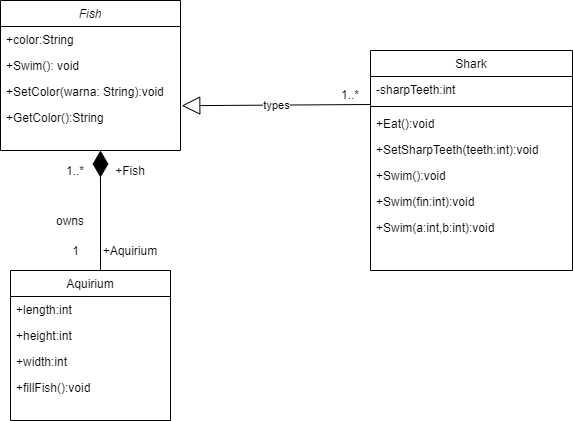
azrinfaiz/Week2ClassDiagram keeps this draw.io diagram as Katcak.png. Above is the earlier version. Source tidied: cells renumbered, new cells last; positions are measured from the earlier drawing's top-left corner, leaving out a move shared by most shapes.
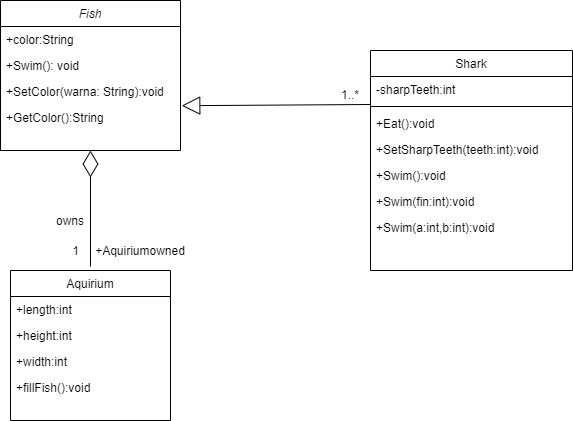
The same diagram one commit later.

The edit, as a diff of the source:
```diff
@@ -23,8 +23,8 @@
     <mxCell id="8" value="1" style="text;html=1;align=center;verticalAlign=middle;" parent="1" vertex="1">
       <mxGeometry x="65" y="240" width="20" height="20" as="geometry" />
     </mxCell>
-    <mxCell id="9" value="+Aquirium" style="text;html=1;strokeColor=none;fillColor=none;align=center;verticalAlign=middle;whiteSpace=wrap;rounded=0;" parent="1" vertex="1">
-      <mxGeometry x="110" y="240" width="40" height="20" as="geometry" />
+    <mxCell id="9" value="+Aquiriumowned" style="text;html=1;strokeColor=none;fillColor=none;align=center;verticalAlign=middle;whiteSpace=wrap;rounded=0;" parent="1" vertex="1">
+      <mxGeometry x="120" y="240" width="40" height="20" as="geometry" />
     </mxCell>
     <mxCell id="10" value="owns" style="text;html=1;strokeColor=none;fillColor=none;align=center;verticalAlign=middle;whiteSpace=wrap;rounded=0;" parent="1" vertex="1">
       <mxGeometry x="50" y="210" width="40" height="20" as="geometry" />
@@ -53,15 +53,9 @@
     <mxCell id="18" value="+Swim(a:int,b:int):void" style="text;align=left;verticalAlign=top;spacingLeft=4;spacingRight=4;overflow=hidden;" parent="11" vertex="1">
       <mxGeometry y="164" width="202" height="26" as="geometry" />
     </mxCell>
-    <mxCell id="19" value="types" style="endArrow=block;endSize=16;endFill=0;html=1;exitX=1;exitY=1;exitDx=0;exitDy=0;entryX=1.007;entryY=0.06;entryDx=0;entryDy=0;entryPerimeter=0;" parent="1" edge="1" source="7" target="6">
+    <mxCell id="19" style="endArrow=block;endSize=16;endFill=0;html=1;exitX=1;exitY=1;exitDx=0;exitDy=0;entryX=1.007;entryY=0.06;entryDx=0;entryDy=0;entryPerimeter=0;" parent="1" edge="1" source="7" target="6">
       <mxGeometry relative="1" as="geometry" />
     </mxCell>
-    <mxCell id="20" style="endArrow=diamondThin;endFill=1;endSize=24;html=1;" parent="1" edge="1">
-      <mxGeometry relative="1" as="geometry">
-        <mxPoint x="100" y="270" as="sourcePoint" />
-        <mxPoint x="100" y="150" as="targetPoint" />
-      </mxGeometry>
-    </mxCell>
     <mxCell id="21" value="Aquirium&#10;" style="swimlane;fontStyle=0;align=center;verticalAlign=top;horizontal=1;startSize=26;rounded=0;shadow=0;strokeWidth=1;" parent="1" vertex="1">
       <mxGeometry x="10" y="270" width="160" height="150" as="geometry" />
     </mxCell>
@@ -77,11 +71,10 @@
     <mxCell id="25" value="+fillFish():void" style="text;align=left;verticalAlign=top;spacingLeft=4;spacingRight=4;overflow=hidden;rounded=0;shadow=0;html=0;" parent="21" vertex="1">
       <mxGeometry y="104" width="160" height="26" as="geometry" />
     </mxCell>
-    <mxCell id="26" value="+Fish" style="text;html=1;strokeColor=none;fillColor=none;align=center;verticalAlign=middle;whiteSpace=wrap;rounded=0;" parent="1" vertex="1">
-      <mxGeometry x="110" y="160" width="40" height="20" as="geometry" />
-    </mxCell>
-    <mxCell id="27" value="1..*" style="text;html=1;strokeColor=none;fillColor=none;align=center;verticalAlign=middle;whiteSpace=wrap;rounded=0;" parent="1" vertex="1">
-      <mxGeometry x="55" y="160" width="40" height="20" as="geometry" />
-    </mxCell>
+    <mxCell id="28" style="endArrow=diamondThin;endFill=0;endSize=24;html=1;entryX=0.5;entryY=1;entryDx=0;entryDy=0;" parent="1" edge="1" target="2">
+      <mxGeometry relative="1" as="geometry">
+        <mxPoint x="90" y="266" as="sourcePoint" />
+      </mxGeometry>
+    </mxCell>
   </root>
 </mxGraphModel>
```
